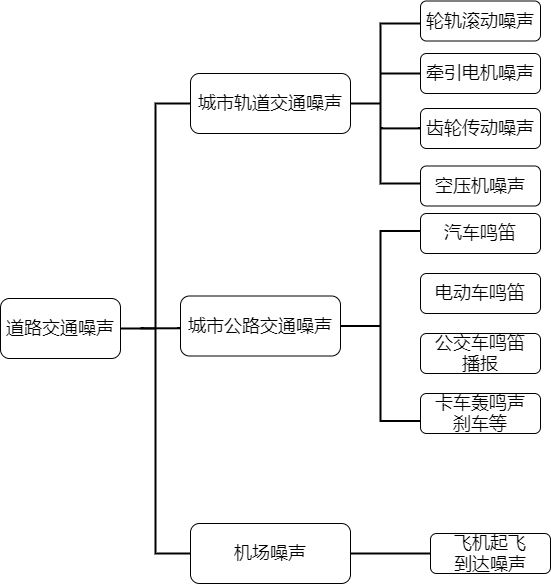
Before: 道路交通噪声分类.png, a diagram exported from draw.io (lhwjsj/Diagram). Source tidied: cells renumbered, new cells last; positions are measured from the earlier drawing's top-left corner, leaving out a move shared by most shapes.
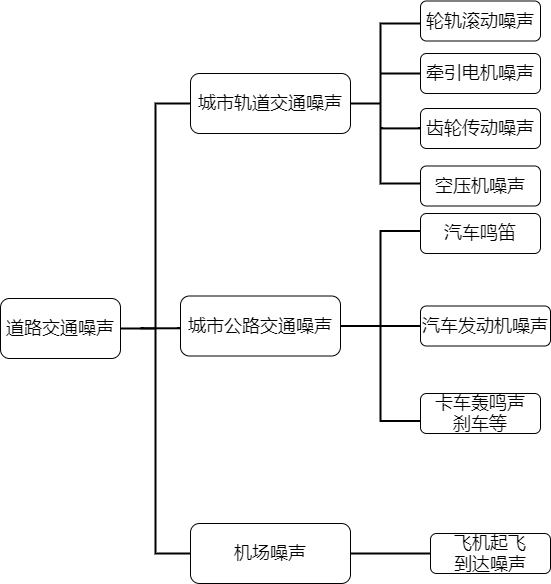
Later version of the same file.

Commit message:
Update 道路交通噪声分类.png

Change to the diagram source:
```diff
@@ -58,12 +58,9 @@
     <mxCell id="16" value="&lt;font style=&quot;font-size: 18px&quot;&gt;汽车鸣笛&lt;/font&gt;" style="rounded=1;whiteSpace=wrap;html=1;" parent="1" vertex="1">
       <mxGeometry x="420" y="212" width="120" height="40" as="geometry" />
     </mxCell>
-    <mxCell id="17" value="&lt;font style=&quot;font-size: 18px&quot;&gt;电动车鸣笛&lt;/font&gt;" style="rounded=1;whiteSpace=wrap;html=1;" parent="1" vertex="1">
-      <mxGeometry x="420" y="272" width="120" height="40" as="geometry" />
+    <mxCell id="17" value="&lt;span style=&quot;font-size: 18px&quot;&gt;汽车发动机噪声&lt;/span&gt;" style="rounded=1;whiteSpace=wrap;html=1;" parent="1" vertex="1">
+      <mxGeometry x="420" y="304.5" width="130" height="40" as="geometry" />
     </mxCell>
-    <mxCell id="18" value="&lt;font style=&quot;font-size: 18px&quot;&gt;公交车鸣笛&lt;br&gt;播报&lt;/font&gt;" style="rounded=1;whiteSpace=wrap;html=1;" parent="1" vertex="1">
-      <mxGeometry x="420" y="332" width="120" height="40" as="geometry" />
-    </mxCell>
     <mxCell id="19" value="&lt;span style=&quot;font-size: 18px&quot;&gt;卡车轰鸣声&lt;br&gt;刹车等&lt;/span&gt;" style="rounded=1;whiteSpace=wrap;html=1;" parent="1" vertex="1">
       <mxGeometry x="420" y="392" width="120" height="40" as="geometry" />
     </mxCell>
@@ -80,5 +77,8 @@
     <mxCell id="21" value="&lt;font style=&quot;font-size: 18px&quot;&gt;飞机起飞&lt;br&gt;到达噪声&lt;/font&gt;" style="rounded=1;whiteSpace=wrap;html=1;" parent="1" vertex="1">
       <mxGeometry x="430" y="532" width="120" height="40" as="geometry" />
     </mxCell>
+    <mxCell id="22" style="endArrow=none;html=1;entryX=0;entryY=0.5;entryDx=0;entryDy=0;exitX=0.475;exitY=0.5;exitDx=0;exitDy=0;exitPerimeter=0;strokeWidth=2;" parent="1" edge="1" source="15" target="17">
+      <mxGeometry relative="1" as="geometry" />
+    </mxCell>
   </root>
 </mxGraphModel>
```
